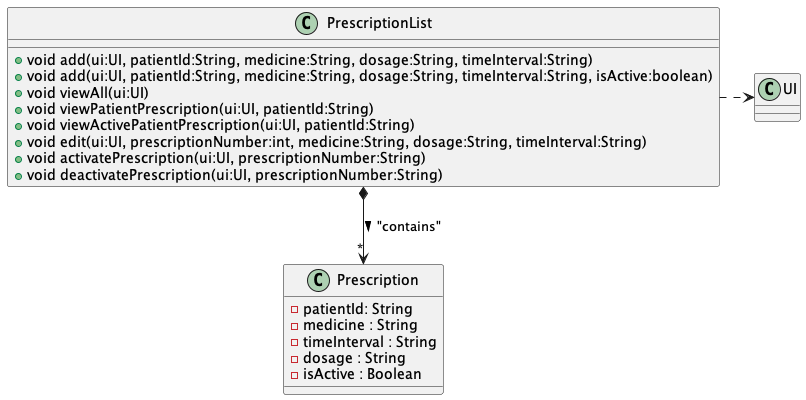
nus-cs2113-AY2223S1/tp keeps this PlantUML diagram as docs/images/PrescriptionListClassDiagram.png. Above is the earlier version.
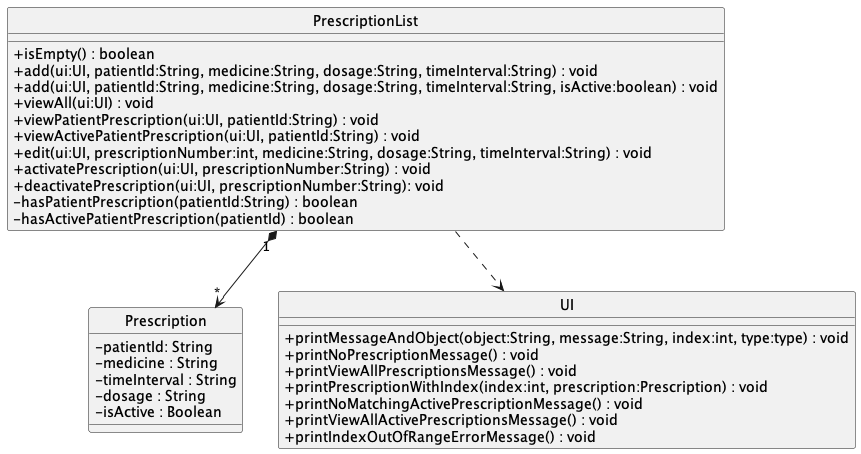
The same file after the commit.

Commit message:
Fix PrescriptionList class diagram

Diff of the diagram source:
```diff
@@ -1,13 +1,19 @@
 @startuml
+hide circle
+skinparam classAttributeIconSize 0
+
 class PrescriptionList {
-+ void add(ui:UI, patientId:String, medicine:String, dosage:String, timeInterval:String)
-+ void add(ui:UI, patientId:String, medicine:String, dosage:String, timeInterval:String, isActive:boolean)
-+ void viewAll(ui:UI)
-+ void viewPatientPrescription(ui:UI, patientId:String)
-+ void viewActivePatientPrescription(ui:UI, patientId:String)
-+ void edit(ui:UI, prescriptionNumber:int, medicine:String, dosage:String, timeInterval:String)
-+ void activatePrescription(ui:UI, prescriptionNumber:String)
-+ void deactivatePrescription(ui:UI, prescriptionNumber:String)
++ isEmpty() : boolean
++ add(ui:UI, patientId:String, medicine:String, dosage:String, timeInterval:String) : void
++ add(ui:UI, patientId:String, medicine:String, dosage:String, timeInterval:String, isActive:boolean) : void
++ viewAll(ui:UI) : void
++ viewPatientPrescription(ui:UI, patientId:String) : void
++ viewActivePatientPrescription(ui:UI, patientId:String) : void
++ edit(ui:UI, prescriptionNumber:int, medicine:String, dosage:String, timeInterval:String) : void
++ activatePrescription(ui:UI, prescriptionNumber:String) : void
++ deactivatePrescription(ui:UI, prescriptionNumber:String): void
+- hasPatientPrescription(patientId:String) : boolean
+- hasActivePatientPrescription(patientId) : boolean
 }
 
 class Prescription {
@@ -18,8 +24,16 @@
 - isActive : Boolean
 }
 
-class UI {}
+class UI {
++ printMessageAndObject(object:String, message:String, index:int, type:type) : void
++ printNoPrescriptionMessage() : void
++ printViewAllPrescriptionsMessage() : void
++ printPrescriptionWithIndex(index:int, prescription:Prescription) : void
++ printNoMatchingActivePrescriptionMessage() : void
++ printViewAllActivePrescriptionsMessage() : void
++ printIndexOutOfRangeErrorMessage() : void
+}
 
-PrescriptionList *-down-> "*" Prescription : "contains" >
-PrescriptionList .right.> UI
+PrescriptionList "1" *-down-> "*" Prescription
+PrescriptionList .down.> UI
 @enduml
```
